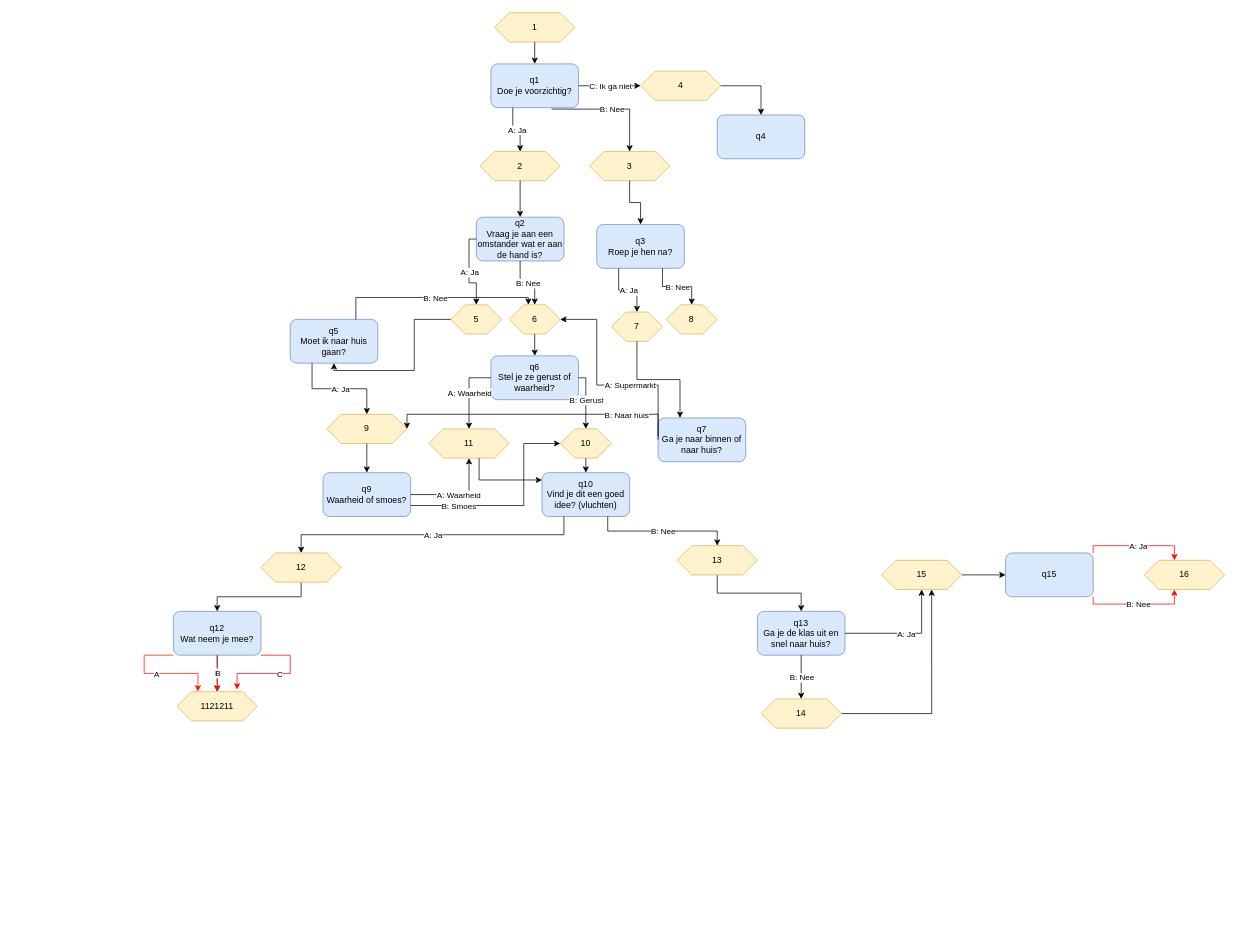
The draw.io diagram flowchart.drawio in pinkflamey/HelloYou, before the edit. Source tidied: cells renumbered, new cells numbered last; positions are measured from the earlier drawing's top-left corner, leaving out a move shared by most shapes. Both pictures are drawn from the tidied source at 73%, with x=0, y=0 at pixel (144, 12).
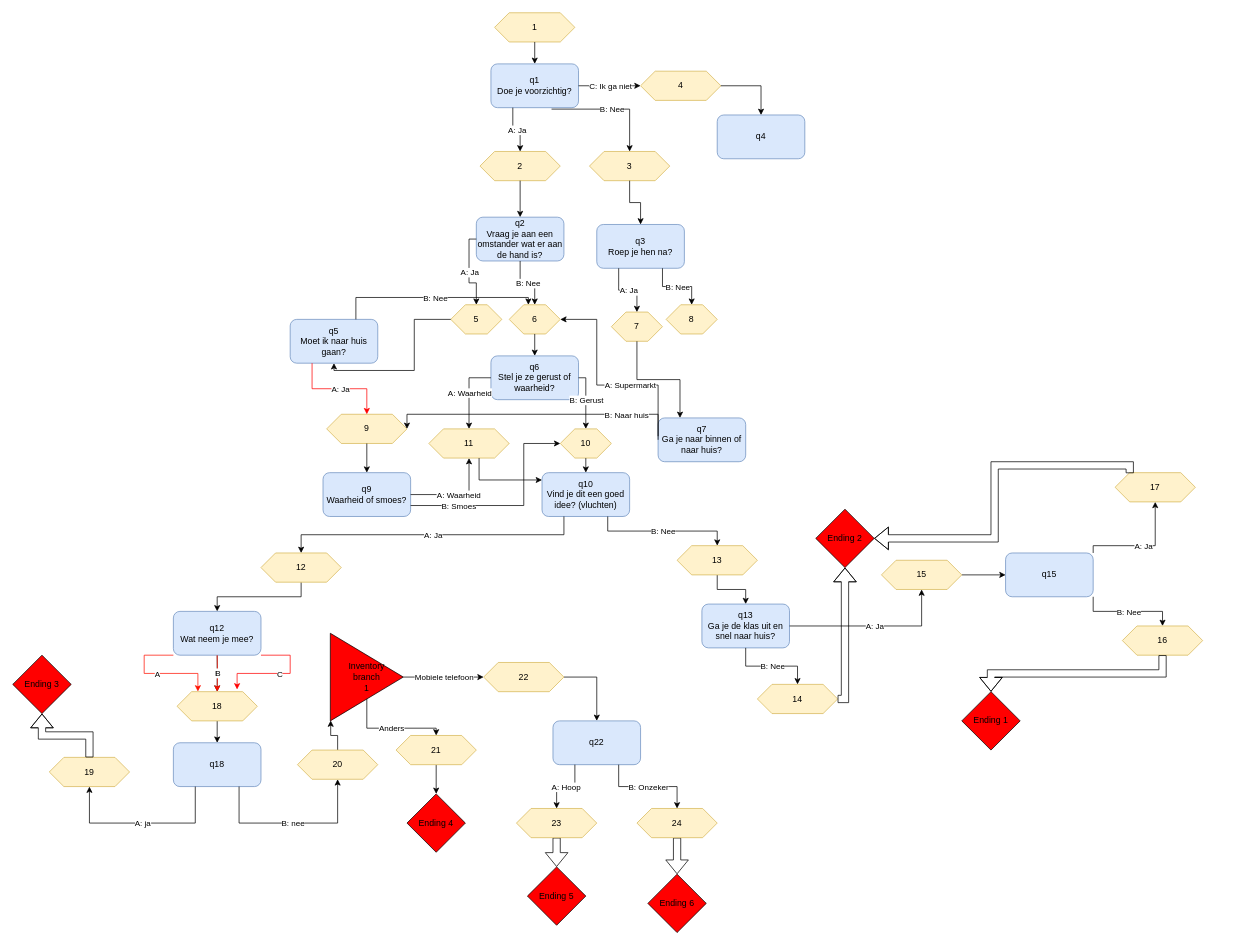
The same page after the edit.

The change refers to these unchanged cells:
```xml
<mxCell id="30" value="q5&lt;br&gt;Moet ik naar huis gaan?" style="rounded=1;whiteSpace=wrap;html=1;fillColor=#dae8fc;strokeColor=#6c8ebf;" parent="1" vertex="1">
  <mxGeometry x="200" y="420" width="120" height="60" as="geometry" />
</mxCell>
<mxCell id="34" value="9" style="shape=hexagon;perimeter=hexagonPerimeter2;whiteSpace=wrap;html=1;fixedSize=1;fillColor=#fff2cc;strokeColor=#d6b656;" parent="1" vertex="1">
  <mxGeometry x="250" y="550" width="110" height="40" as="geometry" />
</mxCell>
<mxCell id="79" value="15" style="shape=hexagon;perimeter=hexagonPerimeter2;whiteSpace=wrap;html=1;fixedSize=1;fillColor=#fff2cc;strokeColor=#d6b656;" parent="1" vertex="1">
  <mxGeometry x="1010" y="750" width="110" height="40" as="geometry" />
</mxCell>
<mxCell id="86" value="q15" style="rounded=1;whiteSpace=wrap;html=1;fillColor=#dae8fc;strokeColor=#6c8ebf;" parent="1" vertex="1">
  <mxGeometry x="1180" y="740" width="120" height="60" as="geometry" />
</mxCell>
```

What changed in the source:
```diff
@@
-    <mxCell id="35" style="endArrow=classic;html=1;rounded=0;edgeStyle=orthogonalEdgeStyle;exitX=0.25;exitY=1;exitDx=0;exitDy=0;entryX=0.5;entryY=0;entryDx=0;entryDy=0;" parent="1" edge="1" source="30" target="34">
+    <mxCell id="35" style="endArrow=classic;html=1;rounded=0;edgeStyle=orthogonalEdgeStyle;exitX=0.25;exitY=1;exitDx=0;exitDy=0;entryX=0.5;entryY=0;entryDx=0;entryDy=0;strokeColor=#FF0000;" parent="1" edge="1" source="30" target="34">
       <mxGeometry relative="1" as="geometry" />
     </mxCell>
@@
+    <mxCell id="94" style="edgeStyle=orthogonalEdgeStyle;rounded=0;jettySize=auto;html=1;exitX=0.5;exitY=1;exitDx=0;exitDy=0;entryX=0.5;entryY=0;entryDx=0;entryDy=0;shadow=0;strokeColor=#000000;" parent="1" edge="1" source="70" target="101">
+      <mxGeometry relative="1" as="geometry" />
+    </mxCell>
-    <mxCell id="70" value="1121211" style="shape=hexagon;perimeter=hexagonPerimeter2;whiteSpace=wrap;html=1;fixedSize=1;fillColor=#fff2cc;strokeColor=#d6b656;" parent="1" vertex="1">
+    <mxCell id="70" value="18" style="shape=hexagon;perimeter=hexagonPerimeter2;whiteSpace=wrap;html=1;fixedSize=1;fillColor=#fff2cc;strokeColor=#d6b656;" parent="1" vertex="1">
       <mxGeometry x="45" y="930" width="110" height="40" as="geometry" />
     </mxCell>
@@
     <mxCell id="77" value="q13&lt;br&gt;Ga je de klas uit en snel naar huis?" style="rounded=1;whiteSpace=wrap;html=1;fillColor=#dae8fc;strokeColor=#6c8ebf;" parent="1" vertex="1">
-      <mxGeometry x="840" y="820" width="120" height="60" as="geometry" />
+      <mxGeometry x="764" y="810" width="120" height="60" as="geometry" />
     </mxCell>
@@
-    <mxCell id="82" style="edgeStyle=orthogonalEdgeStyle;rounded=0;jettySize=auto;html=1;exitX=1;exitY=0.5;exitDx=0;exitDy=0;entryX=0.625;entryY=1;entryDx=0;entryDy=0;" parent="1" edge="1" source="83" target="79">
-      <mxGeometry relative="1" as="geometry" />
-    </mxCell>
     <mxCell id="83" value="14" style="shape=hexagon;perimeter=hexagonPerimeter2;whiteSpace=wrap;html=1;fixedSize=1;fillColor=#fff2cc;strokeColor=#d6b656;" parent="1" vertex="1">
-      <mxGeometry x="845" y="940" width="110" height="40" as="geometry" />
+      <mxGeometry x="840" y="920" width="110" height="40" as="geometry" />
     </mxCell>
@@
-    <mxCell id="87" value="16" style="shape=hexagon;perimeter=hexagonPerimeter2;whiteSpace=wrap;html=1;fixedSize=1;fillColor=#fff2cc;strokeColor=#d6b656;" parent="1" vertex="1">
-      <mxGeometry x="1370" y="750" width="110" height="40" as="geometry" />
-    </mxCell>
-    <mxCell id="88" style="endArrow=classic;html=1;rounded=0;strokeColor=#FF0000;fillColor=#FF1717;edgeStyle=orthogonalEdgeStyle;exitX=1;exitY=0;exitDx=0;exitDy=0;entryX=0.375;entryY=0;entryDx=0;entryDy=0;" parent="1" edge="1" source="86" target="87">
-      <mxGeometry relative="1" as="geometry" />
+    <mxCell id="88" style="endArrow=classic;html=1;rounded=0;strokeColor=#000000;fillColor=#FF1717;edgeStyle=orthogonalEdgeStyle;exitX=1;exitY=0;exitDx=0;exitDy=0;shadow=0;entryX=0.5;entryY=1;entryDx=0;entryDy=0;" parent="1" edge="1" source="86" target="97">
+      <mxGeometry relative="1" as="geometry">
+        <Array as="points">
+          <mxPoint x="1300" y="730" />
+          <mxPoint x="1385" y="730" />
+        </Array>
+      </mxGeometry>
     </mxCell>
@@
-    <mxCell id="90" style="endArrow=classic;html=1;rounded=0;strokeColor=#FF0000;fillColor=#FF1717;edgeStyle=orthogonalEdgeStyle;exitX=1;exitY=1;exitDx=0;exitDy=0;entryX=0.375;entryY=1;entryDx=0;entryDy=0;" parent="1" edge="1" source="86" target="87">
+    <mxCell id="90" style="endArrow=classic;html=1;rounded=0;strokeColor=#000000;fillColor=#FF1717;edgeStyle=orthogonalEdgeStyle;exitX=1;exitY=1;exitDx=0;exitDy=0;shadow=0;entryX=0.5;entryY=0;entryDx=0;entryDy=0;" parent="1" edge="1" source="86" target="87">
       <mxGeometry relative="1" as="geometry" />
     </mxCell>
@@
+    <mxCell id="87" value="16" style="shape=hexagon;perimeter=hexagonPerimeter2;whiteSpace=wrap;html=1;fixedSize=1;fillColor=#fff2cc;strokeColor=#d6b656;" parent="1" vertex="1">
+      <mxGeometry x="1340" y="840" width="110" height="40" as="geometry" />
+    </mxCell>
+    <mxCell id="95" value="Ending 1" style="rhombus;whiteSpace=wrap;html=1;fillColor=#FF0000;" parent="1" vertex="1">
+      <mxGeometry x="1120" y="930" width="80" height="80" as="geometry" />
+    </mxCell>
+    <mxCell id="96" style="shape=flexArrow;endArrow=classic;html=1;rounded=0;shadow=0;strokeColor=#000000;exitX=0.5;exitY=1;exitDx=0;exitDy=0;entryX=0.5;entryY=0;entryDx=0;entryDy=0;edgeStyle=orthogonalEdgeStyle;" parent="1" edge="1" source="87" target="95">
+      <mxGeometry relative="1" as="geometry" />
+    </mxCell>
+    <mxCell id="97" value="17" style="shape=hexagon;perimeter=hexagonPerimeter2;whiteSpace=wrap;html=1;fixedSize=1;fillColor=#fff2cc;strokeColor=#d6b656;" parent="1" vertex="1">
+      <mxGeometry x="1330" y="630" width="110" height="40" as="geometry" />
+    </mxCell>
+    <mxCell id="98" value="Ending 2" style="rhombus;whiteSpace=wrap;html=1;fillColor=#FF0000;" parent="1" vertex="1">
+      <mxGeometry x="920" y="680" width="80" height="80" as="geometry" />
+    </mxCell>
+    <mxCell id="99" style="shape=flexArrow;endArrow=classic;html=1;rounded=0;shadow=0;strokeColor=#000000;exitX=0.183;exitY=0.017;exitDx=0;exitDy=0;exitPerimeter=0;entryX=1;entryY=0.5;entryDx=0;entryDy=0;edgeStyle=orthogonalEdgeStyle;" parent="1" edge="1" source="97" target="98">
+      <mxGeometry relative="1" as="geometry" />
+    </mxCell>
+    <mxCell id="100" style="shape=flexArrow;endArrow=classic;html=1;rounded=0;shadow=0;strokeColor=#000000;exitX=1;exitY=0.5;exitDx=0;exitDy=0;edgeStyle=orthogonalEdgeStyle;" parent="1" edge="1" source="83" target="98">
+      <mxGeometry relative="1" as="geometry" />
+    </mxCell>
+    <mxCell id="101" value="q18" style="rounded=1;whiteSpace=wrap;html=1;fillColor=#dae8fc;strokeColor=#6c8ebf;" parent="1" vertex="1">
+      <mxGeometry x="40" y="1000" width="120" height="60" as="geometry" />
+    </mxCell>
+    <mxCell id="102" value="19" style="shape=hexagon;perimeter=hexagonPerimeter2;whiteSpace=wrap;html=1;fixedSize=1;fillColor=#fff2cc;strokeColor=#d6b656;" parent="1" vertex="1">
+      <mxGeometry x="-130" y="1020" width="110" height="40" as="geometry" />
+    </mxCell>
+    <mxCell id="103" style="edgeStyle=orthogonalEdgeStyle;rounded=0;jettySize=auto;html=1;exitX=0.5;exitY=0;exitDx=0;exitDy=0;entryX=0.005;entryY=0.996;entryDx=0;entryDy=0;entryPerimeter=0;shadow=0;strokeColor=#000000;" parent="1" edge="1" source="104" target="111">
+      <mxGeometry relative="1" as="geometry" />
+    </mxCell>
+    <mxCell id="104" value="20" style="shape=hexagon;perimeter=hexagonPerimeter2;whiteSpace=wrap;html=1;fixedSize=1;fillColor=#fff2cc;strokeColor=#d6b656;" parent="1" vertex="1">
+      <mxGeometry x="210" y="1010" width="110" height="40" as="geometry" />
+    </mxCell>
+    <mxCell id="105" style="endArrow=classic;html=1;rounded=0;shadow=0;strokeColor=#000000;exitX=0.25;exitY=1;exitDx=0;exitDy=0;entryX=0.5;entryY=1;entryDx=0;entryDy=0;edgeStyle=orthogonalEdgeStyle;" parent="1" edge="1" source="101" target="102">
+      <mxGeometry relative="1" as="geometry">
+        <Array as="points">
+          <mxPoint x="70" y="1110" />
+          <mxPoint x="-75" y="1110" />
+        </Array>
+      </mxGeometry>
+    </mxCell>
+    <mxCell id="106" value="A: ja" style="edgeLabel;html=1;align=center;verticalAlign=middle;fillColor=#FF0000;" parent="105" vertex="1">
+      <mxGeometry relative="1" as="geometry" />
+    </mxCell>
+    <mxCell id="107" style="endArrow=classic;html=1;rounded=0;shadow=0;strokeColor=#000000;exitX=0.75;exitY=1;exitDx=0;exitDy=0;entryX=0.5;entryY=1;entryDx=0;entryDy=0;edgeStyle=orthogonalEdgeStyle;" parent="1" edge="1" source="101" target="104">
+      <mxGeometry relative="1" as="geometry">
+        <Array as="points">
+          <mxPoint x="130" y="1110" />
+          <mxPoint x="265" y="1110" />
+        </Array>
+      </mxGeometry>
+    </mxCell>
+    <mxCell id="108" value="B: nee" style="edgeLabel;html=1;align=center;verticalAlign=middle;fillColor=#FF0000;" parent="107" vertex="1">
+      <mxGeometry relative="1" as="geometry" />
+    </mxCell>
+    <mxCell id="109" value="Ending 3" style="rhombus;whiteSpace=wrap;html=1;fillColor=#FF0000;" parent="1" vertex="1">
+      <mxGeometry x="-180" y="880" width="80" height="80" as="geometry" />
+    </mxCell>
+    <mxCell id="110" style="shape=flexArrow;endArrow=classic;html=1;rounded=0;shadow=0;strokeColor=#000000;exitX=0.5;exitY=0;exitDx=0;exitDy=0;entryX=0.5;entryY=1;entryDx=0;entryDy=0;edgeStyle=orthogonalEdgeStyle;" parent="1" edge="1" source="102" target="109">
+      <mxGeometry relative="1" as="geometry" />
+    </mxCell>
+    <mxCell id="111" value="Inventory&lt;br&gt;branch&lt;br&gt;1" style="triangle;whiteSpace=wrap;html=1;fillColor=#FF0000;rotation=0;" parent="1" vertex="1">
+      <mxGeometry x="255" y="850" width="100" height="120" as="geometry" />
+    </mxCell>
+    <mxCell id="112" style="endArrow=classic;html=1;rounded=0;shadow=0;strokeColor=#000000;exitX=1;exitY=0.5;exitDx=0;exitDy=0;edgeStyle=orthogonalEdgeStyle;entryX=0;entryY=0.5;entryDx=0;entryDy=0;" parent="1" edge="1" source="111" target="119">
+      <mxGeometry relative="1" as="geometry" />
+    </mxCell>
+    <mxCell id="113" value="Mobiele telefoon" style="edgeLabel;html=1;align=center;verticalAlign=middle;fillColor=#FF0000;" parent="112" vertex="1">
+      <mxGeometry relative="1" as="geometry" />
+    </mxCell>
+    <mxCell id="114" style="endArrow=classic;html=1;rounded=0;shadow=0;strokeColor=#000000;exitX=0.5;exitY=1;exitDx=0;exitDy=0;edgeStyle=orthogonalEdgeStyle;entryX=0.5;entryY=0;entryDx=0;entryDy=0;" parent="1" edge="1" source="111" target="117">
+      <mxGeometry relative="1" as="geometry" />
+    </mxCell>
+    <mxCell id="115" value="Anders" style="edgeLabel;html=1;align=center;verticalAlign=middle;fillColor=#FF0000;" parent="114" vertex="1">
+      <mxGeometry relative="1" as="geometry" />
+    </mxCell>
+    <mxCell id="116" style="edgeStyle=orthogonalEdgeStyle;rounded=0;jettySize=auto;html=1;exitX=0.5;exitY=1;exitDx=0;exitDy=0;entryX=0.5;entryY=0;entryDx=0;entryDy=0;shadow=0;strokeColor=#000000;" parent="1" edge="1" source="117" target="120">
+      <mxGeometry relative="1" as="geometry" />
+    </mxCell>
+    <mxCell id="117" value="21" style="shape=hexagon;perimeter=hexagonPerimeter2;whiteSpace=wrap;html=1;fixedSize=1;fillColor=#fff2cc;strokeColor=#d6b656;" parent="1" vertex="1">
+      <mxGeometry x="345" y="990" width="110" height="40" as="geometry" />
+    </mxCell>
+    <mxCell id="118" style="edgeStyle=orthogonalEdgeStyle;rounded=0;jettySize=auto;html=1;exitX=1;exitY=0.5;exitDx=0;exitDy=0;entryX=0.5;entryY=0;entryDx=0;entryDy=0;shadow=0;strokeColor=#000000;" parent="1" edge="1" source="119" target="121">
+      <mxGeometry relative="1" as="geometry" />
+    </mxCell>
+    <mxCell id="119" value="22" style="shape=hexagon;perimeter=hexagonPerimeter2;whiteSpace=wrap;html=1;fixedSize=1;fillColor=#fff2cc;strokeColor=#d6b656;" parent="1" vertex="1">
+      <mxGeometry x="465" y="890" width="110" height="40" as="geometry" />
+    </mxCell>
+    <mxCell id="120" value="Ending 4" style="rhombus;whiteSpace=wrap;html=1;fillColor=#FF0000;" parent="1" vertex="1">
+      <mxGeometry x="360" y="1070" width="80" height="80" as="geometry" />
+    </mxCell>
+    <mxCell id="121" value="q22" style="rounded=1;whiteSpace=wrap;html=1;fillColor=#dae8fc;strokeColor=#6c8ebf;" parent="1" vertex="1">
+      <mxGeometry x="560" y="970" width="120" height="60" as="geometry" />
+    </mxCell>
+    <mxCell id="122" style="edgeStyle=orthogonalEdgeStyle;rounded=0;jettySize=auto;html=1;exitX=0.5;exitY=1;exitDx=0;exitDy=0;entryX=0.5;entryY=0;entryDx=0;entryDy=0;shadow=0;strokeColor=#000000;shape=flexArrow;" parent="1" edge="1" source="123" target="130">
+      <mxGeometry relative="1" as="geometry" />
+    </mxCell>
+    <mxCell id="123" value="23" style="shape=hexagon;perimeter=hexagonPerimeter2;whiteSpace=wrap;html=1;fixedSize=1;fillColor=#fff2cc;strokeColor=#d6b656;" parent="1" vertex="1">
+      <mxGeometry x="510" y="1090" width="110" height="40" as="geometry" />
+    </mxCell>
+    <mxCell id="124" style="edgeStyle=orthogonalEdgeStyle;rounded=0;jettySize=auto;html=1;exitX=0.5;exitY=1;exitDx=0;exitDy=0;shadow=0;strokeColor=#000000;shape=flexArrow;" parent="1" edge="1" source="125" target="131">
+      <mxGeometry relative="1" as="geometry" />
+    </mxCell>
+    <mxCell id="125" value="24" style="shape=hexagon;perimeter=hexagonPerimeter2;whiteSpace=wrap;html=1;fixedSize=1;fillColor=#fff2cc;strokeColor=#d6b656;" parent="1" vertex="1">
+      <mxGeometry x="675" y="1090" width="110" height="40" as="geometry" />
+    </mxCell>
+    <mxCell id="126" style="endArrow=classic;html=1;rounded=0;shadow=0;strokeColor=#000000;exitX=0.25;exitY=1;exitDx=0;exitDy=0;edgeStyle=orthogonalEdgeStyle;entryX=0.5;entryY=0;entryDx=0;entryDy=0;" parent="1" edge="1" source="121" target="123">
+      <mxGeometry relative="1" as="geometry" />
+    </mxCell>
+    <mxCell id="127" value="A: Hoop" style="edgeLabel;html=1;align=center;verticalAlign=middle;fillColor=#FF0000;" parent="126" vertex="1">
+      <mxGeometry relative="1" as="geometry" />
+    </mxCell>
+    <mxCell id="128" style="endArrow=classic;html=1;rounded=0;shadow=0;strokeColor=#000000;edgeStyle=orthogonalEdgeStyle;exitX=0.75;exitY=1;exitDx=0;exitDy=0;entryX=0.5;entryY=0;entryDx=0;entryDy=0;" parent="1" edge="1" source="121" target="125">
+      <mxGeometry relative="1" as="geometry" />
+    </mxCell>
+    <mxCell id="129" value="B: Onzeker" style="edgeLabel;html=1;align=center;verticalAlign=middle;fillColor=#FF0000;" parent="128" vertex="1">
+      <mxGeometry relative="1" as="geometry" />
+    </mxCell>
+    <mxCell id="130" value="Ending 5" style="rhombus;whiteSpace=wrap;html=1;fillColor=#FF0000;" parent="1" vertex="1">
+      <mxGeometry x="525" y="1170" width="80" height="80" as="geometry" />
+    </mxCell>
+    <mxCell id="131" value="Ending 6" style="rhombus;whiteSpace=wrap;html=1;fillColor=#FF0000;" parent="1" vertex="1">
+      <mxGeometry x="690" y="1180" width="80" height="80" as="geometry" />
+    </mxCell>
```
